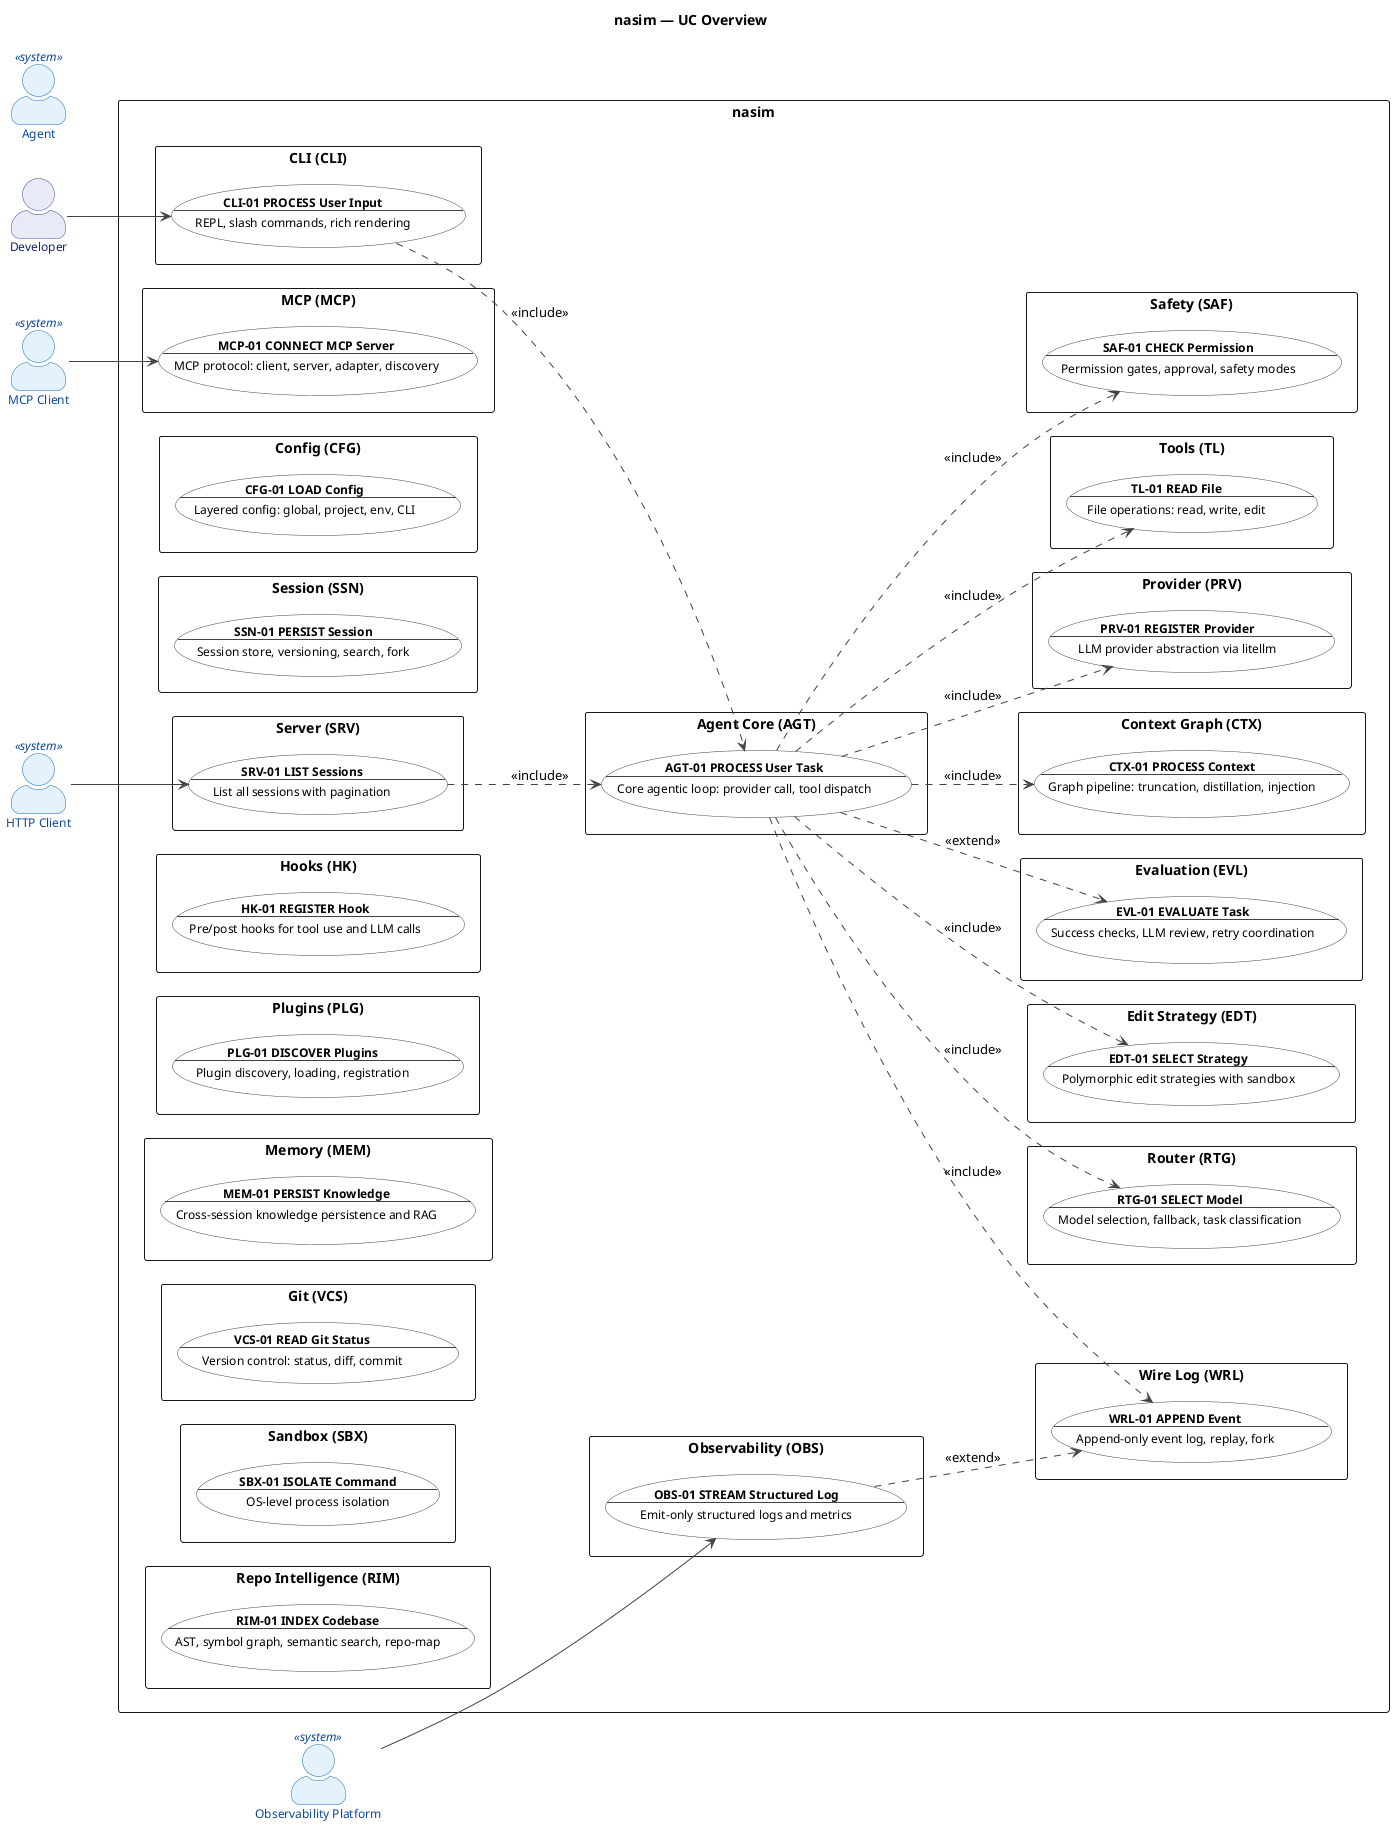
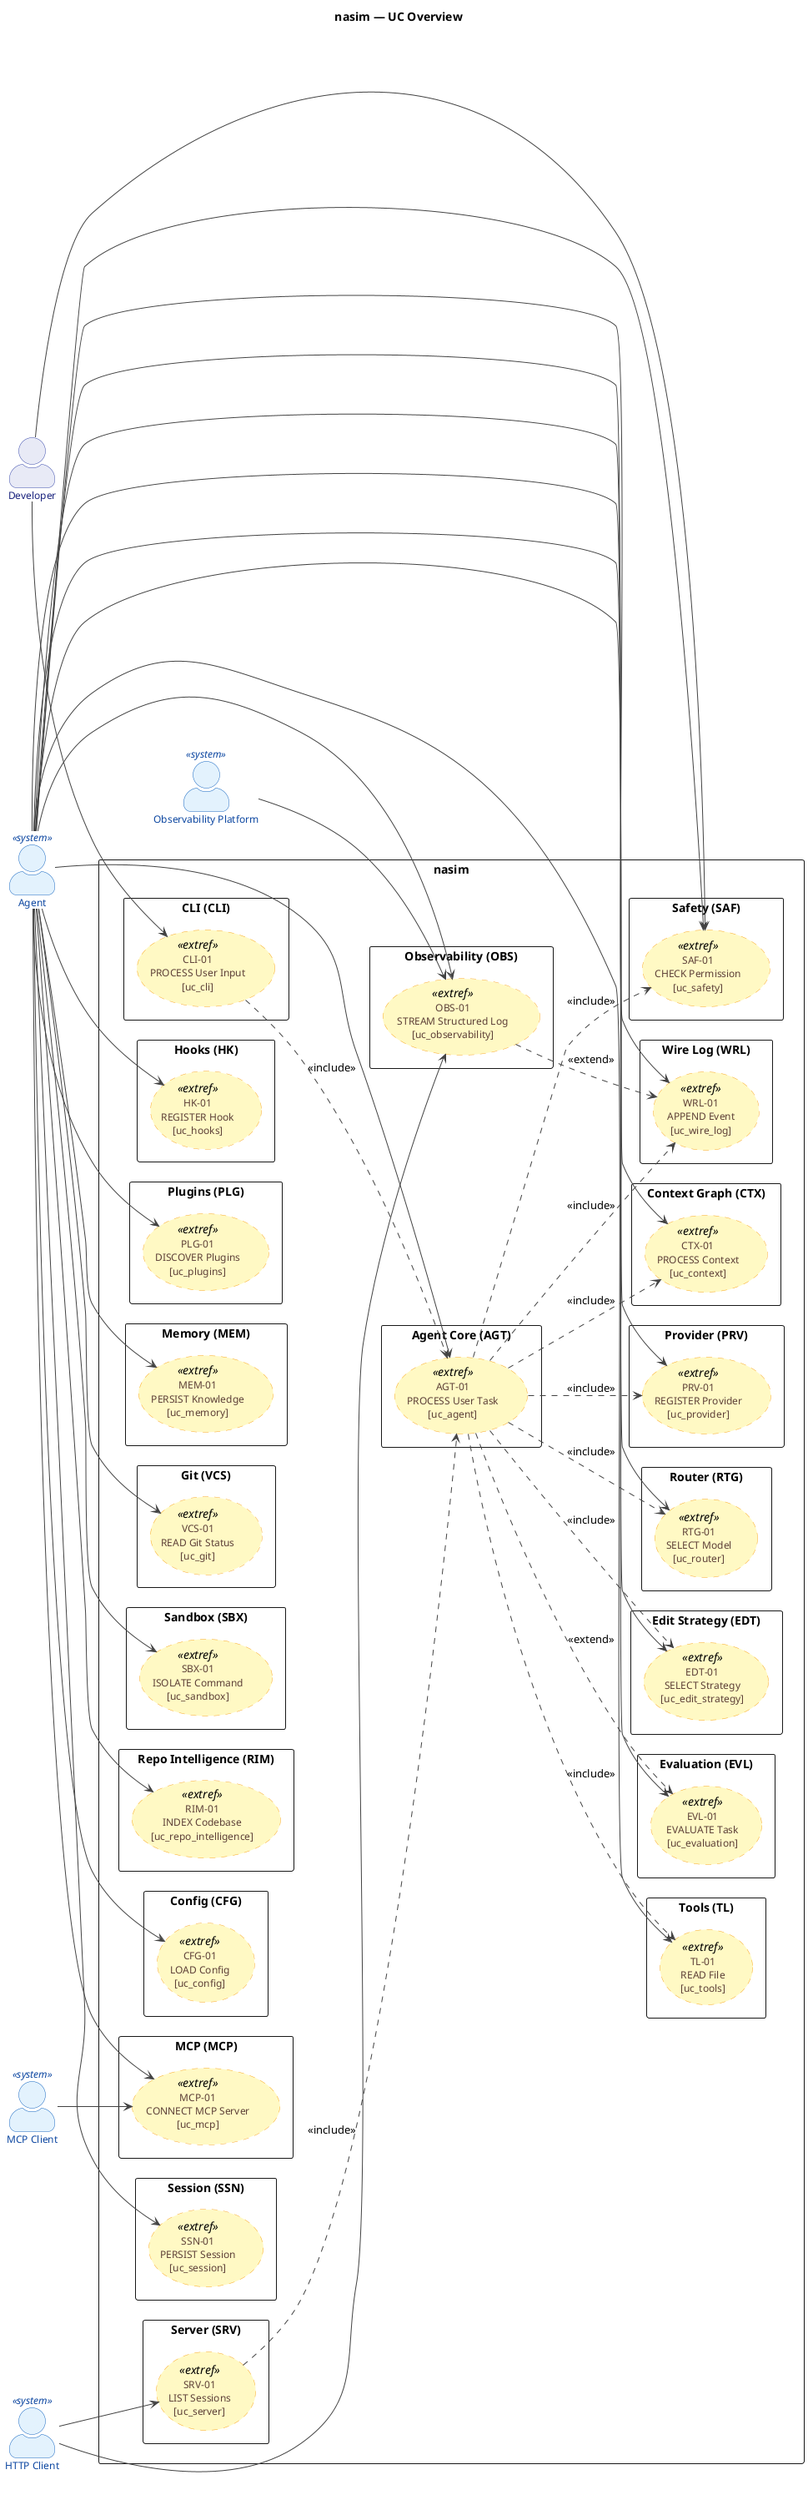
@startuml uc_overview

' ============================================================
' Title:     nasim — UC: Overview
' Group:     ALL (All Groups)
' Boundary:  nasim code agent
' Purpose:   Cross-cutting view of all UC groups and actor interactions
' Milestone: v1.0
- ' Version:   6.0.0
+ ' Version:   7.0.0
' Source:    docs/ENTITIES.md
' Review:    docs/audit/audit.2026.06.20.uc-layer.car.md
' ============================================================

left to right direction

title nasim — UC Overview

skinparam actorStyle awesome
skinparam packageStyle rectangle

skinparam usecase {
  BackgroundColor #FFFFFF
  BorderColor #424242
  FontColor #000000
  ArrowColor #424242
  FontSize 12
}

skinparam actor {
  BackgroundColor #E8EAF6
  BorderColor #3949AB
  FontColor #1A237E
  FontSize 12
}

skinparam actor<<system>> {
  BackgroundColor #E3F2FD
  BorderColor #1565C0
  FontColor #0D47A1
}

+ skinparam usecase<<extref>> {
+   BackgroundColor #FFF9C4
+   BorderColor #F9A825
+   FontColor #5D4037
+   BorderStyle dashed
+ }
+ 
' ============================================================
' Actors
' ============================================================

actor "Developer" as Developer
actor "HTTP Client" as HTTPClient <<system>>
actor "MCP Client" as MCPClient <<system>>
actor "Observability Platform" as Platform <<system>>
actor "Agent" as Agent <<system>>

' ============================================================
' System Boundary
' ============================================================

rectangle "nasim" {
+ 
  package "CLI (CLI)" {
-     usecase "**CLI-01 PROCESS User Input**\n--\nREPL, slash commands, rich rendering" as CLI01
+     usecase "CLI-01\nPROCESS User Input\n[uc_cli]" as UC_CLI <<extref>>
  }

  package "Agent Core (AGT)" {
-     usecase "**AGT-01 PROCESS User Task**\n--\nCore agentic loop: provider call, tool dispatch" as AGT01
+     usecase "AGT-01\nPROCESS User Task\n[uc_agent]" as UC_AGT <<extref>>
  }

  package "Provider (PRV)" {
-     usecase "**PRV-01 REGISTER Provider**\n--\nLLM provider abstraction via litellm" as PRV01
+     usecase "PRV-01\nREGISTER Provider\n[uc_provider]" as UC_PRV <<extref>>
  }

  package "Tools (TL)" {
-     usecase "**TL-01 READ File**\n--\nFile operations: read, write, edit" as TL01
+     usecase "TL-01\nREAD File\n[uc_tools]" as UC_TL <<extref>>
  }

  package "MCP (MCP)" {
-     usecase "**MCP-01 CONNECT MCP Server**\n--\nMCP protocol: client, server, adapter, discovery" as MCP01
+     usecase "MCP-01\nCONNECT MCP Server\n[uc_mcp]" as UC_MCP <<extref>>
  }

  package "Config (CFG)" {
-     usecase "**CFG-01 LOAD Config**\n--\nLayered config: global, project, env, CLI" as CFG01
+     usecase "CFG-01\nLOAD Config\n[uc_config]" as UC_CFG <<extref>>
  }

  package "Session (SSN)" {
-     usecase "**SSN-01 PERSIST Session**\n--\nSession store, versioning, search, fork" as SSN01
+     usecase "SSN-01\nPERSIST Session\n[uc_session]" as UC_SSN <<extref>>
  }

  package "Server (SRV)" {
-     usecase "**SRV-01 LIST Sessions**\n--\nList all sessions with pagination" as SRV01
+     usecase "SRV-01\nLIST Sessions\n[uc_server]" as UC_SRV <<extref>>
  }

  package "Hooks (HK)" {
-     usecase "**HK-01 REGISTER Hook**\n--\nPre/post hooks for tool use and LLM calls" as HK01
+     usecase "HK-01\nREGISTER Hook\n[uc_hooks]" as UC_HK <<extref>>
  }

  package "Plugins (PLG)" {
-     usecase "**PLG-01 DISCOVER Plugins**\n--\nPlugin discovery, loading, registration" as PLG01
+     usecase "PLG-01\nDISCOVER Plugins\n[uc_plugins]" as UC_PLG <<extref>>
  }

  package "Safety (SAF)" {
-     usecase "**SAF-01 CHECK Permission**\n--\nPermission gates, approval, safety modes" as SAF01
+     usecase "SAF-01\nCHECK Permission\n[uc_safety]" as UC_SAF <<extref>>
  }

  package "Router (RTG)" {
-     usecase "**RTG-01 SELECT Model**\n--\nModel selection, fallback, task classification" as RTG01
+     usecase "RTG-01\nSELECT Model\n[uc_router]" as UC_RTG <<extref>>
  }

  package "Observability (OBS)" {
-     usecase "**OBS-01 STREAM Structured Log**\n--\nEmit-only structured logs and metrics" as OBS01
+     usecase "OBS-01\nSTREAM Structured Log\n[uc_observability]" as UC_OBS <<extref>>
  }

  package "Memory (MEM)" {
-     usecase "**MEM-01 PERSIST Knowledge**\n--\nCross-session knowledge persistence and RAG" as MEM01
+     usecase "MEM-01\nPERSIST Knowledge\n[uc_memory]" as UC_MEM <<extref>>
  }

  package "Git (VCS)" {
-     usecase "**VCS-01 READ Git Status**\n--\nVersion control: status, diff, commit" as VCS01
+     usecase "VCS-01\nREAD Git Status\n[uc_git]" as UC_VCS <<extref>>
  }

  package "Sandbox (SBX)" {
-     usecase "**SBX-01 ISOLATE Command**\n--\nOS-level process isolation" as SBX01
+     usecase "SBX-01\nISOLATE Command\n[uc_sandbox]" as UC_SBX <<extref>>
  }

  package "Repo Intelligence (RIM)" {
-     usecase "**RIM-01 INDEX Codebase**\n--\nAST, symbol graph, semantic search, repo-map" as RIM01
+     usecase "RIM-01\nINDEX Codebase\n[uc_repo_intelligence]" as UC_RIM <<extref>>
  }

  package "Edit Strategy (EDT)" {
-     usecase "**EDT-01 SELECT Strategy**\n--\nPolymorphic edit strategies with sandbox" as EDT01
+     usecase "EDT-01\nSELECT Strategy\n[uc_edit_strategy]" as UC_EDT <<extref>>
  }

  package "Evaluation (EVL)" {
-     usecase "**EVL-01 EVALUATE Task**\n--\nSuccess checks, LLM review, retry coordination" as EVL01
+     usecase "EVL-01\nEVALUATE Task\n[uc_evaluation]" as UC_EVL <<extref>>
  }

  package "Wire Log (WRL)" {
-     usecase "**WRL-01 APPEND Event**\n--\nAppend-only event log, replay, fork" as WRL01
+     usecase "WRL-01\nAPPEND Event\n[uc_wire_log]" as UC_WRL <<extref>>
  }

  package "Context Graph (CTX)" {
-     usecase "**CTX-01 PROCESS Context**\n--\nGraph pipeline: truncation, distillation, injection" as CTX01
+     usecase "CTX-01\nPROCESS Context\n[uc_context]" as UC_CTX <<extref>>
  }
}

' ============================================================
' Actor -> Use Case Associations
' ============================================================

- Developer --> CLI01
- HTTPClient --> SRV01
- MCPClient --> MCP01
- Platform --> OBS01
+ Developer --> UC_CLI
+ Developer --> UC_SAF
+ 
+ HTTPClient --> UC_SRV
+ HTTPClient --> UC_OBS
+ 
+ MCPClient --> UC_MCP
+ 
+ Platform --> UC_OBS
+ 
+ Agent --> UC_AGT
+ Agent --> UC_PRV
+ Agent --> UC_TL
+ Agent --> UC_MCP
+ Agent --> UC_CFG
+ Agent --> UC_SSN
+ Agent --> UC_HK
+ Agent --> UC_PLG
+ Agent --> UC_SAF
+ Agent --> UC_RTG
+ Agent --> UC_OBS
+ Agent --> UC_MEM
+ Agent --> UC_VCS
+ Agent --> UC_SBX
+ Agent --> UC_RIM
+ Agent --> UC_EDT
+ Agent --> UC_EVL
+ Agent --> UC_WRL
+ Agent --> UC_CTX

' ============================================================
' Key Relationships
' ============================================================

- CLI01 ..> AGT01 : <<include>>
- AGT01 ..> PRV01 : <<include>>
- AGT01 ..> TL01 : <<include>>
- AGT01 ..> SAF01 : <<include>>
- AGT01 ..> RTG01 : <<include>>
- AGT01 ..> WRL01 : <<include>>
- AGT01 ..> CTX01 : <<include>>
- AGT01 ..> EDT01 : <<include>>
- AGT01 ..> EVL01 : <<extend>>
- SRV01 ..> AGT01 : <<include>>
- OBS01 ..> WRL01 : <<extend>>
+ UC_CLI ..> UC_AGT : <<include>>
+ UC_AGT ..> UC_PRV : <<include>>
+ UC_AGT ..> UC_TL : <<include>>
+ UC_AGT ..> UC_SAF : <<include>>
+ UC_AGT ..> UC_RTG : <<include>>
+ UC_AGT ..> UC_WRL : <<include>>
+ UC_AGT ..> UC_CTX : <<include>>
+ UC_AGT ..> UC_EDT : <<include>>
+ UC_AGT ..> UC_EVL : <<extend>>
+ UC_SRV ..> UC_AGT : <<include>>
+ UC_OBS ..> UC_WRL : <<extend>>

@enduml
